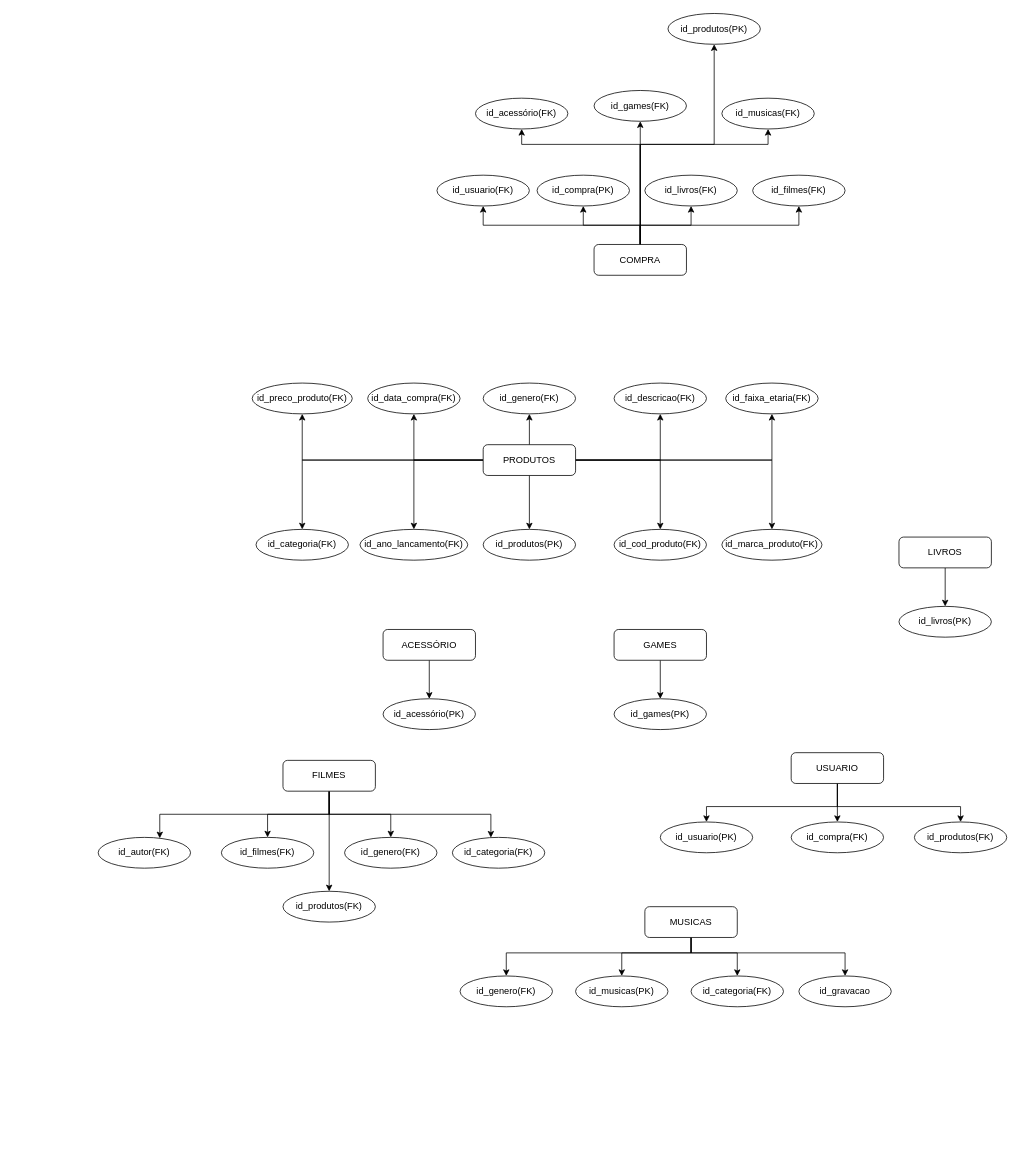
Before: LOJA.drawio in camilamelos/tiroAoAlvo, a draw.io diagram. Source tidied: cells renumbered, new cells numbered last; positions are measured from the earlier drawing's top-left corner, leaving out a move shared by most shapes. Both pictures are drawn from the tidied source at 77%, with x=0, y=0 at pixel (98, 13).
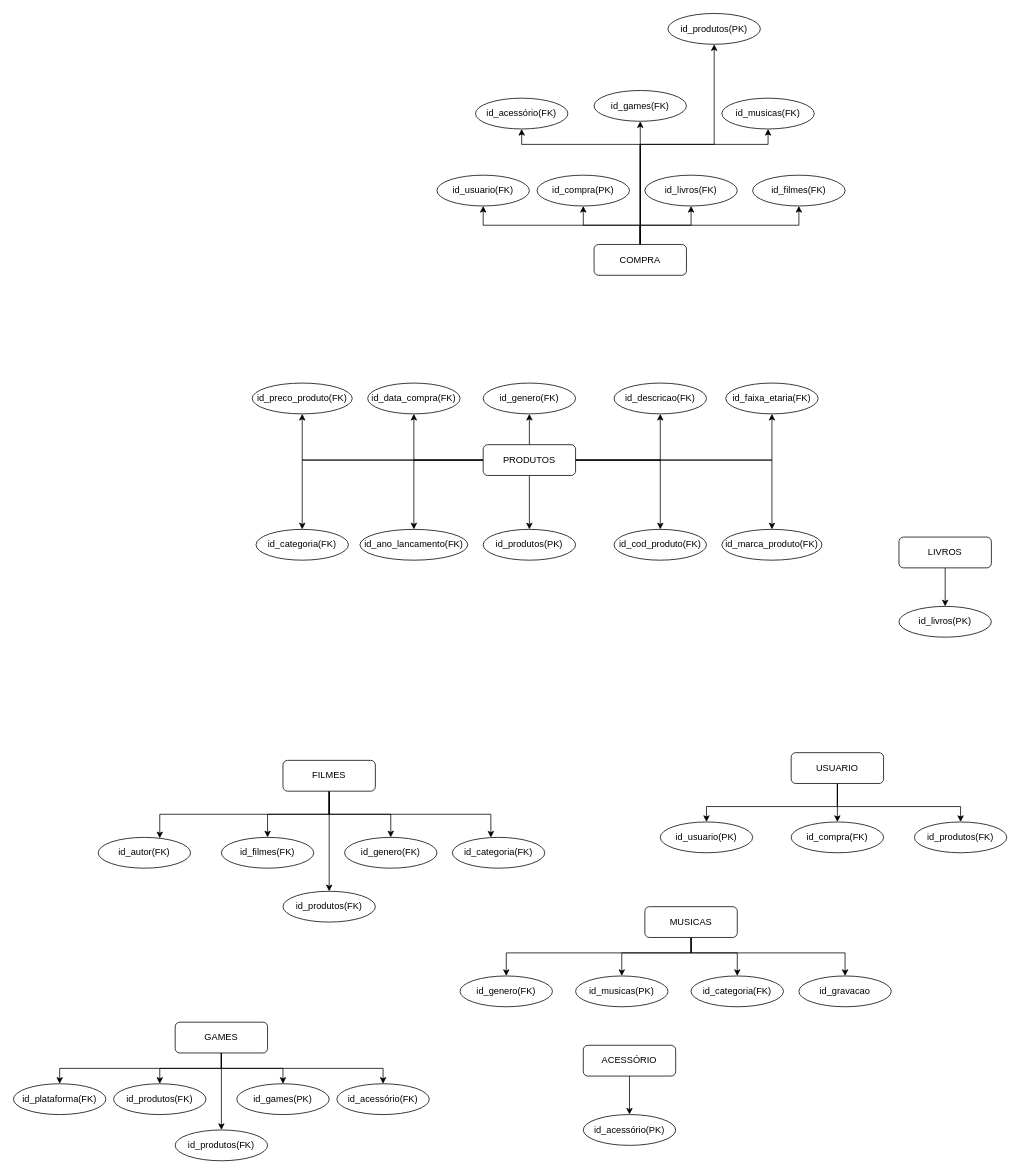
The same diagram, later.

Diff of the diagram source:
```diff
@@
+    <mxCell id="76" style="edgeStyle=orthogonalEdgeStyle;rounded=0;jettySize=auto;html=1;entryX=0.5;entryY=0;entryDx=0;entryDy=0;" parent="1" edge="1" source="3" target="82">
+      <mxGeometry relative="1" as="geometry">
+        <Array as="points">
+          <mxPoint x="160" y="1370" />
+          <mxPoint x="-50" y="1370" />
+        </Array>
+      </mxGeometry>
+    </mxCell>
+    <mxCell id="77" style="edgeStyle=orthogonalEdgeStyle;rounded=0;jettySize=auto;html=1;entryX=0.5;entryY=0;entryDx=0;entryDy=0;" parent="1" edge="1" source="3" target="80">
+      <mxGeometry relative="1" as="geometry" />
+    </mxCell>
-    <mxCell id="2" style="edgeStyle=orthogonalEdgeStyle;rounded=0;jettySize=auto;html=1;exitX=0.5;exitY=1;exitDx=0;exitDy=0;" parent="1" edge="1" source="3" target="42">
+    <mxCell id="2" style="edgeStyle=orthogonalEdgeStyle;rounded=0;jettySize=auto;html=1;" parent="1" edge="1" source="3" target="42">
       <mxGeometry relative="1" as="geometry" />
     </mxCell>
+    <mxCell id="78" style="edgeStyle=orthogonalEdgeStyle;rounded=0;jettySize=auto;html=1;entryX=0.5;entryY=0;entryDx=0;entryDy=0;" parent="1" edge="1" source="3" target="81">
+      <mxGeometry relative="1" as="geometry">
+        <Array as="points">
+          <mxPoint x="160" y="1370" />
+          <mxPoint x="370" y="1370" />
+        </Array>
+      </mxGeometry>
+    </mxCell>
+    <mxCell id="79" style="edgeStyle=orthogonalEdgeStyle;rounded=0;jettySize=auto;html=1;entryX=0.5;entryY=0;entryDx=0;entryDy=0;" parent="1" edge="1" source="3" target="83">
+      <mxGeometry relative="1" as="geometry" />
+    </mxCell>
     <mxCell id="3" value="GAMES" style="rounded=1;whiteSpace=wrap;html=1;" parent="1" vertex="1">
-      <mxGeometry x="670" y="800" width="120" height="40" as="geometry" />
+      <mxGeometry x="100" y="1310" width="120" height="40" as="geometry" />
     </mxCell>
@@
     <mxCell id="42" value="id_games(PK)" style="ellipse;whiteSpace=wrap;html=1;" parent="1" vertex="1">
-      <mxGeometry x="670" y="890" width="120" height="40" as="geometry" />
+      <mxGeometry x="180" y="1390" width="120" height="40" as="geometry" />
     </mxCell>
@@
     <mxCell id="49" value="ACESSÓRIO" style="rounded=1;whiteSpace=wrap;html=1;" parent="1" vertex="1">
-      <mxGeometry x="370" y="800" width="120" height="40" as="geometry" />
+      <mxGeometry x="630" y="1340" width="120" height="40" as="geometry" />
     </mxCell>
     <mxCell id="50" value="id_acessório(PK)" style="ellipse;whiteSpace=wrap;html=1;" parent="1" vertex="1">
-      <mxGeometry x="370" y="890" width="120" height="40" as="geometry" />
+      <mxGeometry x="630" y="1430" width="120" height="40" as="geometry" />
     </mxCell>
@@
+    <mxCell id="80" value="id_produtos(FK)" style="ellipse;whiteSpace=wrap;html=1;" parent="1" vertex="1">
+      <mxGeometry x="20" y="1390" width="120" height="40" as="geometry" />
+    </mxCell>
+    <mxCell id="81" value="id_acessório(FK)" style="ellipse;whiteSpace=wrap;html=1;" parent="1" vertex="1">
+      <mxGeometry x="310" y="1390" width="120" height="40" as="geometry" />
+    </mxCell>
+    <mxCell id="82" value="id_plataforma(FK)" style="ellipse;whiteSpace=wrap;html=1;" parent="1" vertex="1">
+      <mxGeometry x="-110" y="1390" width="120" height="40" as="geometry" />
+    </mxCell>
+    <mxCell id="83" value="id_produtos(FK)" style="ellipse;whiteSpace=wrap;html=1;" parent="1" vertex="1">
+      <mxGeometry x="100" y="1450" width="120" height="40" as="geometry" />
+    </mxCell>
```
